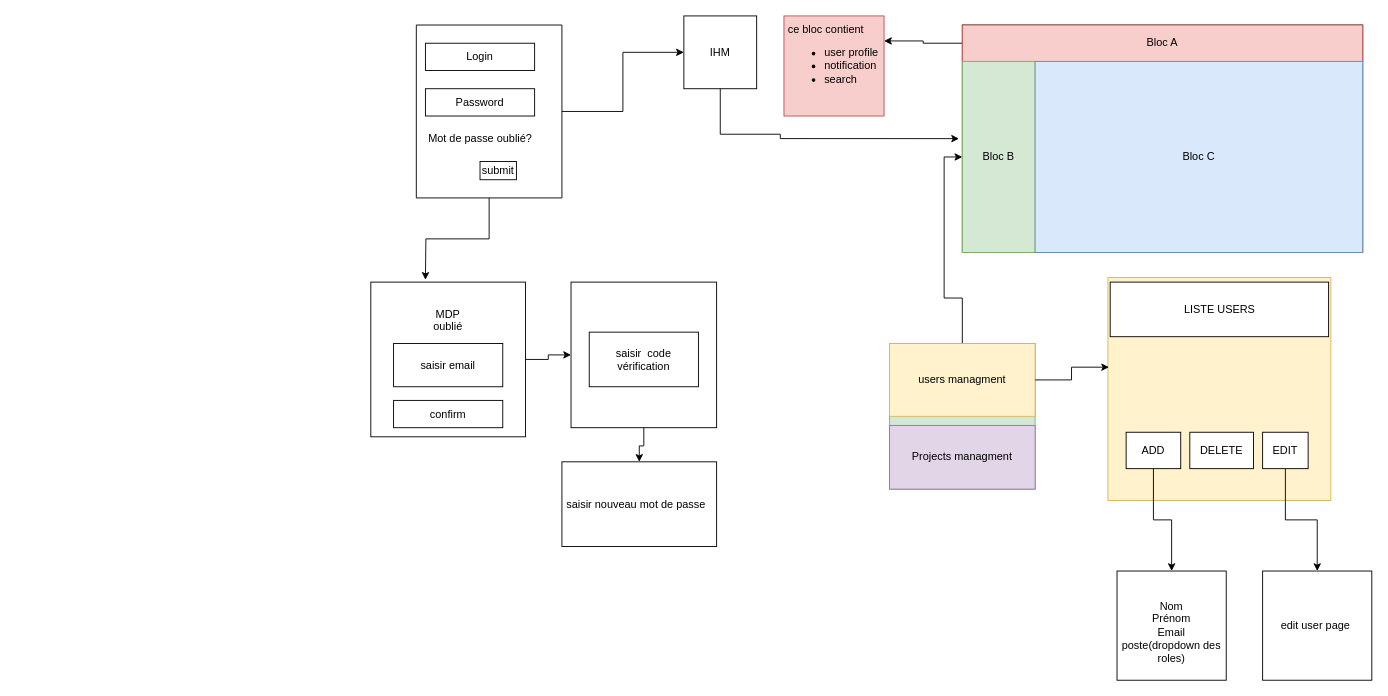
fetohiaras/projet-genilog-is keeps this draw.io diagram as front_end/IHM_WebReport.drawio. Above is the earlier version. Source tidied: cells renumbered, new cells numbered last; positions are measured from the earlier drawing's top-left corner, leaving out a move shared by most shapes. Both pictures are drawn from the tidied source at 91%, with x=0, y=0 at pixel (370, 15).
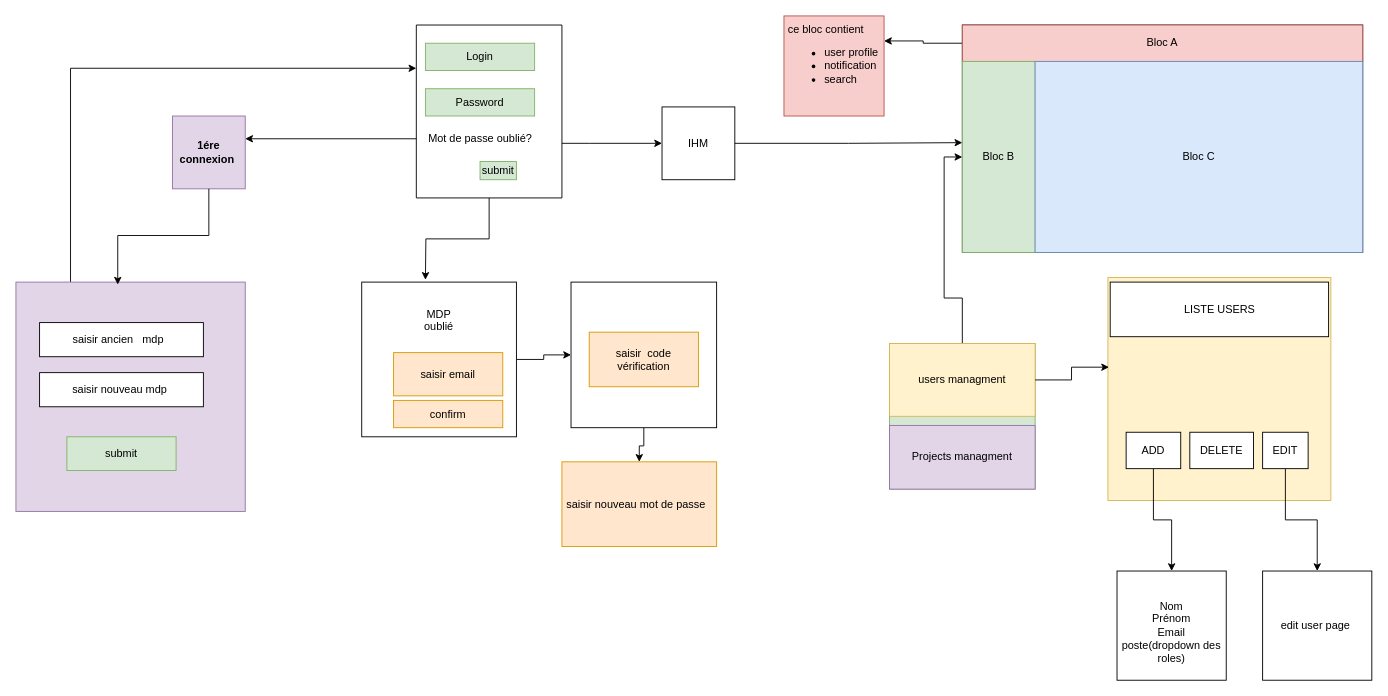
The same diagram, later.

The change refers to these unchanged cells:
```xml
<mxCell id="10" style="swimlane;startSize=0;" parent="1" vertex="1">
  <mxGeometry x="50" y="10" width="160" height="190" as="geometry" />
</mxCell>
<mxCell id="14" value="Mot de passe oublié?" style="text;html=1;align=center;verticalAlign=middle;points=[];strokeColor=none;fillColor=none;" parent="10" vertex="1">
  <mxGeometry y="110" width="140" height="30" as="geometry" />
</mxCell>
<mxCell id="17" value="Bloc B" style="rounded=0;whiteSpace=wrap;html=1;fillColor=#d5e8d4;strokeColor=#82b366;" parent="1" vertex="1">
  <mxGeometry x="650" y="50" width="80" height="210" as="geometry" />
</mxCell>
```

The edit, as a diff of the source:
```diff
@@
     <mxCell id="3" value="MDP&lt;div&gt;oublié&lt;/div&gt;&lt;div&gt;&lt;br&gt;&lt;/div&gt;&lt;div&gt;&lt;br&gt;&lt;/div&gt;&lt;div&gt;&lt;br&gt;&lt;/div&gt;&lt;div&gt;&lt;br&gt;&lt;/div&gt;&lt;div&gt;&lt;br&gt;&lt;/div&gt;&lt;div&gt;&amp;nbsp;&lt;/div&gt;" style="whiteSpace=wrap;html=1;" parent="1" vertex="1">
-      <mxGeometry y="292.5" width="170" height="170" as="geometry" />
+      <mxGeometry x="-10" y="292.5" width="170" height="170" as="geometry" />
     </mxCell>
@@
     <mxCell id="6" value="IHM" style="whiteSpace=wrap;html=1;" parent="1" vertex="1">
-      <mxGeometry x="344" width="80" height="80" as="geometry" />
+      <mxGeometry x="320" y="100" width="80" height="80" as="geometry" />
     </mxCell>
@@
     <mxCell id="8" style="edgeStyle=orthogonalEdgeStyle;rounded=0;jettySize=auto;html=1;entryX=0;entryY=0.5;entryDx=0;entryDy=0;" parent="1" edge="1" source="10" target="6">
-      <mxGeometry relative="1" as="geometry" />
+      <mxGeometry relative="1" as="geometry">
+        <Array as="points">
+          <mxPoint x="240" y="140" />
+          <mxPoint x="240" y="140" />
+        </Array>
+      </mxGeometry>
     </mxCell>
@@
-    <mxCell id="11" value="Login" style="rounded=0;whiteSpace=wrap;html=1;" parent="10" vertex="1">
+    <mxCell id="11" value="Login" style="rounded=0;whiteSpace=wrap;html=1;fillColor=#d5e8d4;strokeColor=#82b366;" parent="10" vertex="1">
       <mxGeometry x="10" y="20" width="120" height="30" as="geometry" />
     </mxCell>
-    <mxCell id="12" value="Password" style="rounded=0;whiteSpace=wrap;html=1;" parent="10" vertex="1">
+    <mxCell id="12" value="Password" style="rounded=0;whiteSpace=wrap;html=1;fillColor=#d5e8d4;strokeColor=#82b366;" parent="10" vertex="1">
       <mxGeometry x="10" y="70" width="120" height="30" as="geometry" />
     </mxCell>
-    <mxCell id="13" value="submit" style="rounded=0;whiteSpace=wrap;html=1;" parent="10" vertex="1">
+    <mxCell id="13" value="submit" style="rounded=0;whiteSpace=wrap;html=1;fillColor=#d5e8d4;strokeColor=#82b366;" parent="10" vertex="1">
       <mxGeometry x="70" y="150" width="40" height="20" as="geometry" />
     </mxCell>
@@
-    <mxCell id="19" style="edgeStyle=orthogonalEdgeStyle;rounded=0;jettySize=auto;html=1;entryX=-0.045;entryY=0.404;entryDx=0;entryDy=0;entryPerimeter=0;" parent="1" edge="1" source="6" target="17">
-      <mxGeometry relative="1" as="geometry">
-        <Array as="points">
-          <mxPoint x="384" y="130" />
-          <mxPoint x="450" y="130" />
-          <mxPoint x="450" y="135" />
-        </Array>
-      </mxGeometry>
-    </mxCell>
@@
-    <mxCell id="35" value="saisir email" style="rounded=0;whiteSpace=wrap;html=1;" parent="1" vertex="1">
-      <mxGeometry x="25" y="360" width="120" height="47.5" as="geometry" />
+    <mxCell id="35" value="saisir email" style="rounded=0;whiteSpace=wrap;html=1;fillColor=#ffe6cc;strokeColor=#d79b00;" parent="1" vertex="1">
+      <mxGeometry x="25" y="370" width="120" height="47.5" as="geometry" />
     </mxCell>
-    <mxCell id="36" value="saisir&amp;nbsp; code vérification" style="rounded=0;whiteSpace=wrap;html=1;" parent="1" vertex="1">
+    <mxCell id="36" value="saisir&amp;nbsp; code vérification" style="rounded=0;whiteSpace=wrap;html=1;fillColor=#ffe6cc;strokeColor=#d79b00;" parent="1" vertex="1">
       <mxGeometry x="240" y="347.5" width="120" height="60" as="geometry" />
     </mxCell>
-    <mxCell id="37" value="confirm" style="rounded=0;whiteSpace=wrap;html=1;" parent="1" vertex="1">
+    <mxCell id="37" value="confirm" style="rounded=0;whiteSpace=wrap;html=1;fillColor=#ffe6cc;strokeColor=#d79b00;" parent="1" vertex="1">
       <mxGeometry x="25" y="422.5" width="120" height="30" as="geometry" />
     </mxCell>
-    <mxCell id="38" value="saisir nouveau mot de passe&amp;nbsp;&amp;nbsp;" style="rounded=0;whiteSpace=wrap;html=1;" parent="1" vertex="1">
+    <mxCell id="38" value="saisir nouveau mot de passe&amp;nbsp;&amp;nbsp;" style="rounded=0;whiteSpace=wrap;html=1;fillColor=#ffe6cc;strokeColor=#d79b00;" parent="1" vertex="1">
       <mxGeometry x="210" y="490" width="170" height="93" as="geometry" />
     </mxCell>
+    <mxCell id="39" value="&lt;b&gt;1ére connexion&amp;nbsp;&lt;/b&gt;" style="whiteSpace=wrap;html=1;fillColor=#e1d5e7;strokeColor=#9673a6;" parent="1" vertex="1">
+      <mxGeometry x="-218" y="110" width="80" height="80" as="geometry" />
+    </mxCell>
+    <mxCell id="40" style="edgeStyle=orthogonalEdgeStyle;rounded=0;jettySize=auto;html=1;" parent="1" edge="1" source="14" target="39">
+      <mxGeometry relative="1" as="geometry">
+        <Array as="points">
+          <mxPoint x="-150" y="135" />
+          <mxPoint x="-150" y="135" />
+        </Array>
+      </mxGeometry>
+    </mxCell>
+    <mxCell id="41" style="edgeStyle=orthogonalEdgeStyle;rounded=0;jettySize=auto;html=1;entryX=0;entryY=0.25;entryDx=0;entryDy=0;" parent="1" edge="1" source="42" target="10">
+      <mxGeometry relative="1" as="geometry">
+        <Array as="points">
+          <mxPoint x="-330" y="58" />
+        </Array>
+      </mxGeometry>
+    </mxCell>
+    <mxCell id="42" style="whiteSpace=wrap;html=1;fillColor=#e1d5e7;strokeColor=#9673a6;" parent="1" vertex="1">
+      <mxGeometry x="-390" y="292.5" width="252" height="252" as="geometry" />
+    </mxCell>
+    <mxCell id="43" value="saisir ancien&amp;nbsp; &amp;nbsp;mdp&amp;nbsp;&amp;nbsp;" style="rounded=0;whiteSpace=wrap;html=1;" parent="1" vertex="1">
+      <mxGeometry x="-364" y="337" width="180" height="37.5" as="geometry" />
+    </mxCell>
+    <mxCell id="44" value="saisir nouveau mdp&amp;nbsp;" style="rounded=0;whiteSpace=wrap;html=1;" parent="1" vertex="1">
+      <mxGeometry x="-364" y="392" width="180" height="37.5" as="geometry" />
+    </mxCell>
+    <mxCell id="45" style="edgeStyle=orthogonalEdgeStyle;rounded=0;jettySize=auto;html=1;entryX=0.444;entryY=0.011;entryDx=0;entryDy=0;entryPerimeter=0;" parent="1" edge="1" source="39" target="42">
+      <mxGeometry relative="1" as="geometry" />
+    </mxCell>
+    <mxCell id="46" value="submit" style="rounded=0;whiteSpace=wrap;html=1;fillColor=#d5e8d4;strokeColor=#82b366;" parent="1" vertex="1">
+      <mxGeometry x="-334" y="462.5" width="120" height="37" as="geometry" />
+    </mxCell>
+    <mxCell id="19" style="edgeStyle=orthogonalEdgeStyle;rounded=0;jettySize=auto;html=1;entryX=0;entryY=0.425;entryDx=0;entryDy=0;entryPerimeter=0;" parent="1" edge="1" source="6" target="17">
+      <mxGeometry relative="1" as="geometry" />
+    </mxCell>
```
